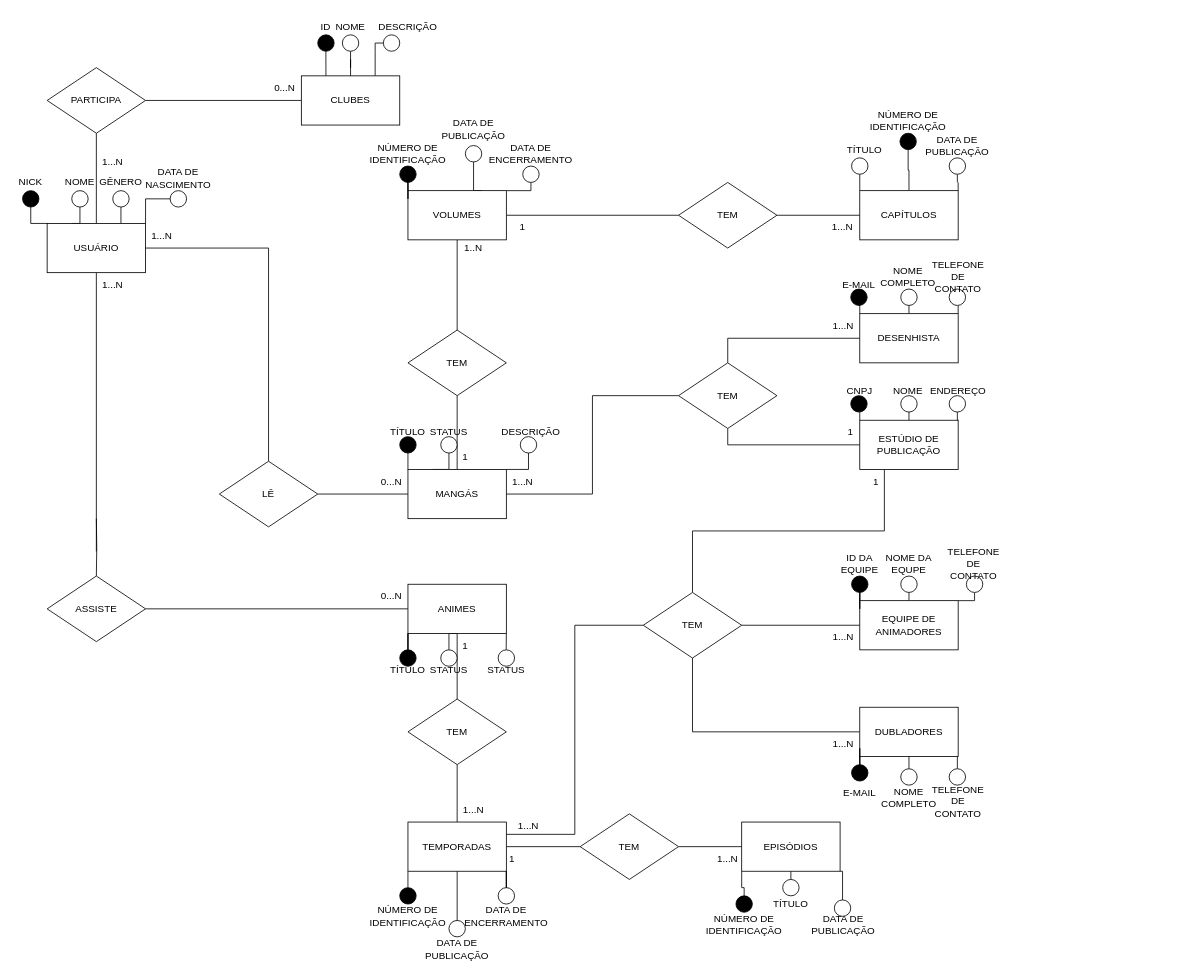
The draw.io diagram Trabalho1.drawio in IsaacDMzk/Projeto-Banco-De-Dados, before the edit. Source tidied: cells renumbered, new cells numbered last; positions are measured from the earlier drawing's top-left corner, leaving out a move shared by most shapes. Both pictures are drawn from the tidied source at 82%, with x=0, y=0 at pixel (14, 14).
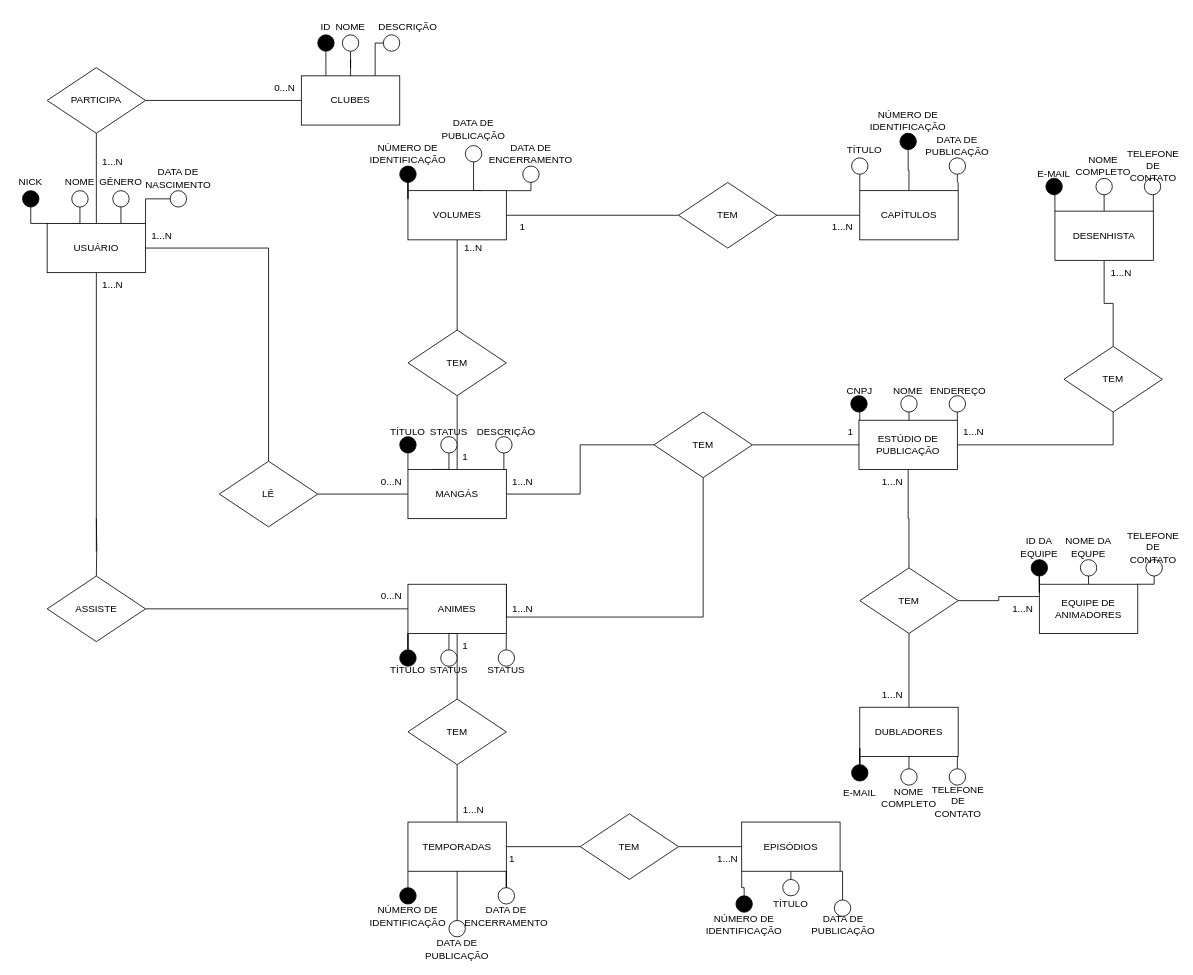
After the change.

The change refers to these unchanged cells:
```xml
<mxCell id="16" value="ANIMES" style="rounded=0;whiteSpace=wrap;html=1;" parent="1" vertex="1">
  <mxGeometry x="480" y="695" width="120" height="60" as="geometry" />
</mxCell>
<mxCell id="33" value="TEMPORADAS" style="rounded=0;whiteSpace=wrap;html=1;" parent="1" vertex="1">
  <mxGeometry x="480" y="985" width="120" height="60" as="geometry" />
</mxCell>
<mxCell id="76" value="DUBLADORES" style="rounded=0;whiteSpace=wrap;html=1;" parent="1" vertex="1">
  <mxGeometry x="1031" y="845" width="120" height="60" as="geometry" />
</mxCell>
```

What changed in the source:
```diff
@@
+    <mxCell id="186" style="edgeStyle=orthogonalEdgeStyle;rounded=0;jettySize=auto;html=1;exitX=1;exitY=0;exitDx=0;exitDy=0;entryX=0.5;entryY=1;entryDx=0;entryDy=0;endArrow=none;endFill=0;" parent="1" edge="1" source="16" target="55">
+      <mxGeometry relative="1" as="geometry">
+        <Array as="points">
+          <mxPoint x="600" y="735" />
+          <mxPoint x="840" y="735" />
+        </Array>
+      </mxGeometry>
+    </mxCell>
@@
-    <mxCell id="29" style="edgeStyle=orthogonalEdgeStyle;rounded=0;jettySize=auto;html=1;exitX=1;exitY=0.25;exitDx=0;exitDy=0;entryX=0;entryY=0.5;entryDx=0;entryDy=0;endArrow=none;endFill=0;" parent="1" edge="1" source="33" target="59">
-      <mxGeometry relative="1" as="geometry" />
-    </mxCell>
@@
-    <mxCell id="53" style="edgeStyle=orthogonalEdgeStyle;rounded=0;jettySize=auto;html=1;exitX=0.5;exitY=0;exitDx=0;exitDy=0;endArrow=none;endFill=0;" parent="1" edge="1" source="55" target="68">
-      <mxGeometry relative="1" as="geometry" />
-    </mxCell>
-    <mxCell id="54" style="edgeStyle=orthogonalEdgeStyle;rounded=0;jettySize=auto;html=1;exitX=0.5;exitY=1;exitDx=0;exitDy=0;entryX=0;entryY=0.5;entryDx=0;entryDy=0;endArrow=none;endFill=0;" parent="1" edge="1" source="55" target="72">
+    <mxCell id="54" style="edgeStyle=orthogonalEdgeStyle;rounded=0;jettySize=auto;html=1;exitX=1;exitY=0.5;exitDx=0;exitDy=0;entryX=0;entryY=0.5;entryDx=0;entryDy=0;endArrow=none;endFill=0;" parent="1" edge="1" source="55" target="72">
       <mxGeometry relative="1" as="geometry" />
     </mxCell>
     <mxCell id="55" value="TEM" style="rhombus;whiteSpace=wrap;html=1;" parent="1" vertex="1">
-      <mxGeometry x="810" y="425" width="120" height="80" as="geometry" />
+      <mxGeometry x="780" y="485" width="120" height="80" as="geometry" />
     </mxCell>
-    <mxCell id="56" style="edgeStyle=orthogonalEdgeStyle;rounded=0;jettySize=auto;html=1;exitX=0.5;exitY=0;exitDx=0;exitDy=0;entryX=0.25;entryY=1;entryDx=0;entryDy=0;endArrow=none;endFill=0;" parent="1" edge="1" source="59" target="72">
-      <mxGeometry relative="1" as="geometry" />
-    </mxCell>
-    <mxCell id="57" style="edgeStyle=orthogonalEdgeStyle;rounded=0;jettySize=auto;html=1;exitX=0.5;exitY=1;exitDx=0;exitDy=0;entryX=0;entryY=0.5;entryDx=0;entryDy=0;endArrow=none;endFill=0;" parent="1" edge="1" source="59" target="76">
-      <mxGeometry relative="1" as="geometry" />
-    </mxCell>
-    <mxCell id="58" style="edgeStyle=orthogonalEdgeStyle;rounded=0;jettySize=auto;html=1;exitX=1;exitY=0.5;exitDx=0;exitDy=0;entryX=0;entryY=0.5;entryDx=0;entryDy=0;endArrow=none;endFill=0;" parent="1" edge="1" source="59" target="80">
-      <mxGeometry relative="1" as="geometry" />
-    </mxCell>
-    <mxCell id="59" value="TEM" style="rhombus;whiteSpace=wrap;html=1;" parent="1" vertex="1">
-      <mxGeometry x="767" y="705" width="120" height="80" as="geometry" />
-    </mxCell>
@@
     <mxCell id="65" style="edgeStyle=orthogonalEdgeStyle;rounded=0;jettySize=auto;html=1;exitX=0;exitY=0;exitDx=0;exitDy=0;endArrow=none;endFill=0;startArrow=none;" parent="1" edge="1" source="158">
       <mxGeometry relative="1" as="geometry">
-        <mxPoint x="1031" y="345" as="targetPoint" />
+        <mxPoint x="1269" y="210" as="targetPoint" />
       </mxGeometry>
     </mxCell>
@@
     <mxCell id="67" style="edgeStyle=orthogonalEdgeStyle;rounded=0;jettySize=auto;html=1;exitX=1;exitY=0;exitDx=0;exitDy=0;endArrow=none;endFill=0;" parent="1" edge="1" source="68">
       <mxGeometry relative="1" as="geometry">
-        <mxPoint x="1151" y="355" as="targetPoint" />
+        <mxPoint x="1389" y="220" as="targetPoint" />
       </mxGeometry>
     </mxCell>
+    <mxCell id="187" style="edgeStyle=orthogonalEdgeStyle;rounded=0;jettySize=auto;html=1;exitX=0.5;exitY=1;exitDx=0;exitDy=0;entryX=0.5;entryY=0;entryDx=0;entryDy=0;endArrow=none;endFill=0;" parent="1" edge="1" source="68" target="190">
+      <mxGeometry relative="1" as="geometry" />
+    </mxCell>
     <mxCell id="68" value="DESENHISTA" style="rounded=0;whiteSpace=wrap;html=1;" parent="1" vertex="1">
-      <mxGeometry x="1031" y="365" width="120" height="60" as="geometry" />
+      <mxGeometry x="1269" y="240" width="120" height="60" as="geometry" />
     </mxCell>
@@
+    <mxCell id="188" style="edgeStyle=orthogonalEdgeStyle;rounded=0;jettySize=auto;html=1;exitX=1;exitY=0.5;exitDx=0;exitDy=0;entryX=0.5;entryY=1;entryDx=0;entryDy=0;endArrow=none;endFill=0;" parent="1" edge="1" source="72" target="190">
+      <mxGeometry relative="1" as="geometry" />
+    </mxCell>
+    <mxCell id="189" style="edgeStyle=orthogonalEdgeStyle;rounded=0;jettySize=auto;html=1;exitX=0.5;exitY=1;exitDx=0;exitDy=0;entryX=0.5;entryY=0;entryDx=0;entryDy=0;endArrow=none;endFill=0;" parent="1" edge="1" source="72" target="193">
+      <mxGeometry relative="1" as="geometry" />
+    </mxCell>
     <mxCell id="72" value="ESTÚDIO DE PUBLICAÇÃO" style="rounded=0;whiteSpace=wrap;html=1;" parent="1" vertex="1">
-      <mxGeometry x="1031" y="495" width="120" height="60" as="geometry" />
+      <mxGeometry x="1030" y="495" width="120" height="60" as="geometry" />
     </mxCell>
@@
     <mxCell id="77" style="edgeStyle=orthogonalEdgeStyle;rounded=0;jettySize=auto;html=1;exitX=0;exitY=0;exitDx=0;exitDy=0;endArrow=none;endFill=0;startArrow=none;" parent="1" edge="1" source="145">
       <mxGeometry relative="1" as="geometry">
-        <mxPoint x="1031" y="685" as="targetPoint" />
+        <mxPoint x="1250" y="665" as="targetPoint" />
       </mxGeometry>
     </mxCell>
@@
     <mxCell id="80" value="EQUIPE DE ANIMADORES" style="rounded=0;whiteSpace=wrap;html=1;" parent="1" vertex="1">
-      <mxGeometry x="1031" y="715" width="120" height="60" as="geometry" />
+      <mxGeometry x="1250" y="695" width="120" height="60" as="geometry" />
     </mxCell>
@@
     <mxCell id="99" value="DESCRIÇÃO" style="text;html=1;strokeColor=none;fillColor=none;align=center;verticalAlign=middle;whiteSpace=wrap;rounded=0;" parent="1" vertex="1">
-      <mxGeometry x="600" y="495" width="60" height="30" as="geometry" />
+      <mxGeometry x="570" y="495" width="60" height="30" as="geometry" />
     </mxCell>
     <mxCell id="100" style="ellipse;whiteSpace=wrap;html=1;" parent="1" vertex="1">
-      <mxGeometry x="617" y="515" width="20" height="20" as="geometry" />
+      <mxGeometry x="587" y="515" width="20" height="20" as="geometry" />
     </mxCell>
@@
     <mxCell id="145" style="ellipse;whiteSpace=wrap;html=1;fillColor=#000000;" parent="1" vertex="1">
-      <mxGeometry x="1021" y="685" width="20" height="20" as="geometry" />
+      <mxGeometry x="1240" y="665" width="20" height="20" as="geometry" />
     </mxCell>
@@
     <mxCell id="147" value="ID DA EQUIPE" style="text;html=1;strokeColor=none;fillColor=none;align=center;verticalAlign=middle;whiteSpace=wrap;rounded=0;" parent="1" vertex="1">
-      <mxGeometry x="1001" y="655" width="60" height="30" as="geometry" />
+      <mxGeometry x="1220" y="635" width="60" height="30" as="geometry" />
     </mxCell>
     <mxCell id="148" style="ellipse;whiteSpace=wrap;html=1;" parent="1" vertex="1">
-      <mxGeometry x="1081" y="685" width="20" height="20" as="geometry" />
+      <mxGeometry x="1300" y="665" width="20" height="20" as="geometry" />
     </mxCell>
     <mxCell id="149" value="NOME DA EQUPE" style="text;html=1;strokeColor=none;fillColor=none;align=center;verticalAlign=middle;whiteSpace=wrap;rounded=0;" parent="1" vertex="1">
-      <mxGeometry x="1061" y="655" width="60" height="30" as="geometry" />
+      <mxGeometry x="1280" y="635" width="60" height="30" as="geometry" />
     </mxCell>
     <mxCell id="150" style="ellipse;whiteSpace=wrap;html=1;" parent="1" vertex="1">
-      <mxGeometry x="1161" y="685" width="20" height="20" as="geometry" />
+      <mxGeometry x="1380" y="665" width="20" height="20" as="geometry" />
     </mxCell>
     <mxCell id="151" value="TELEFONE DE CONTATO" style="text;html=1;strokeColor=none;fillColor=none;align=center;verticalAlign=middle;whiteSpace=wrap;rounded=0;" parent="1" vertex="1">
-      <mxGeometry x="1140" y="655" width="60" height="30" as="geometry" />
+      <mxGeometry x="1359" y="635" width="60" height="30" as="geometry" />
     </mxCell>
@@
     <mxCell id="158" style="ellipse;whiteSpace=wrap;html=1;fillColor=#000000;" parent="1" vertex="1">
-      <mxGeometry x="1020" y="335" width="20" height="20" as="geometry" />
+      <mxGeometry x="1258" y="200" width="20" height="20" as="geometry" />
     </mxCell>
@@
     <mxCell id="160" value="E-MAIL" style="text;html=1;strokeColor=none;fillColor=none;align=center;verticalAlign=middle;whiteSpace=wrap;rounded=0;" parent="1" vertex="1">
-      <mxGeometry x="1000" y="315" width="60" height="30" as="geometry" />
+      <mxGeometry x="1238" y="180" width="60" height="30" as="geometry" />
     </mxCell>
     <mxCell id="161" style="ellipse;whiteSpace=wrap;html=1;" parent="1" vertex="1">
-      <mxGeometry x="1081" y="335" width="20" height="20" as="geometry" />
+      <mxGeometry x="1319" y="200" width="20" height="20" as="geometry" />
     </mxCell>
     <mxCell id="162" value="NOME COMPLETO" style="text;html=1;strokeColor=none;fillColor=none;align=center;verticalAlign=middle;whiteSpace=wrap;rounded=0;" parent="1" vertex="1">
-      <mxGeometry x="1060" y="305" width="60" height="30" as="geometry" />
+      <mxGeometry x="1298" y="170" width="60" height="30" as="geometry" />
     </mxCell>
     <mxCell id="163" style="ellipse;whiteSpace=wrap;html=1;" parent="1" vertex="1">
-      <mxGeometry x="1140" y="335" width="20" height="20" as="geometry" />
+      <mxGeometry x="1378" y="200" width="20" height="20" as="geometry" />
     </mxCell>
     <mxCell id="164" value="TELEFONE DE CONTATO" style="text;html=1;strokeColor=none;fillColor=none;align=center;verticalAlign=middle;whiteSpace=wrap;rounded=0;" parent="1" vertex="1">
-      <mxGeometry x="1121" y="305" width="60" height="30" as="geometry" />
+      <mxGeometry x="1359" y="170" width="60" height="30" as="geometry" />
     </mxCell>
@@
-    <mxCell id="172" value="1...N" style="text;html=1;strokeColor=none;fillColor=none;align=center;verticalAlign=middle;whiteSpace=wrap;rounded=0;" parent="1" vertex="1">
-      <mxGeometry x="597" y="975" width="60" height="30" as="geometry" />
-    </mxCell>
     <mxCell id="173" value="1...N" style="text;html=1;strokeColor=none;fillColor=none;align=center;verticalAlign=middle;whiteSpace=wrap;rounded=0;" parent="1" vertex="1">
-      <mxGeometry x="981" y="875" width="60" height="30" as="geometry" />
+      <mxGeometry x="1041" y="815" width="60" height="30" as="geometry" />
     </mxCell>
     <mxCell id="174" value="1...N" style="text;html=1;strokeColor=none;fillColor=none;align=center;verticalAlign=middle;whiteSpace=wrap;rounded=0;" parent="1" vertex="1">
-      <mxGeometry x="981" y="745" width="60" height="30" as="geometry" />
+      <mxGeometry x="1200" y="710" width="60" height="30" as="geometry" />
     </mxCell>
-    <mxCell id="175" value="1" style="text;html=1;strokeColor=none;fillColor=none;align=center;verticalAlign=middle;whiteSpace=wrap;rounded=0;" parent="1" vertex="1">
-      <mxGeometry x="1021" y="555" width="60" height="30" as="geometry" />
-    </mxCell>
@@
     <mxCell id="185" value="1...N" style="text;html=1;strokeColor=none;fillColor=none;align=center;verticalAlign=middle;whiteSpace=wrap;rounded=0;" parent="1" vertex="1">
-      <mxGeometry x="981" y="365" width="60" height="30" as="geometry" />
+      <mxGeometry x="1041" y="555" width="60" height="30" as="geometry" />
     </mxCell>
+    <mxCell id="190" value="TEM" style="rhombus;whiteSpace=wrap;html=1;" parent="1" vertex="1">
+      <mxGeometry x="1280" y="405" width="120" height="80" as="geometry" />
+    </mxCell>
+    <mxCell id="191" style="edgeStyle=orthogonalEdgeStyle;rounded=0;jettySize=auto;html=1;exitX=1;exitY=0.5;exitDx=0;exitDy=0;entryX=0;entryY=0.25;entryDx=0;entryDy=0;endArrow=none;endFill=0;" parent="1" edge="1" source="193" target="80">
+      <mxGeometry relative="1" as="geometry" />
+    </mxCell>
+    <mxCell id="192" style="edgeStyle=orthogonalEdgeStyle;rounded=0;jettySize=auto;html=1;exitX=0.5;exitY=1;exitDx=0;exitDy=0;endArrow=none;endFill=0;" parent="1" edge="1" source="193" target="76">
+      <mxGeometry relative="1" as="geometry" />
+    </mxCell>
+    <mxCell id="193" value="TEM" style="rhombus;whiteSpace=wrap;html=1;" parent="1" vertex="1">
+      <mxGeometry x="1031" y="675" width="120" height="80" as="geometry" />
+    </mxCell>
+    <mxCell id="194" value="1...N" style="text;html=1;strokeColor=none;fillColor=none;align=center;verticalAlign=middle;whiteSpace=wrap;rounded=0;" parent="1" vertex="1">
+      <mxGeometry x="590" y="710" width="60" height="30" as="geometry" />
+    </mxCell>
+    <mxCell id="195" value="1...N" style="text;html=1;strokeColor=none;fillColor=none;align=center;verticalAlign=middle;whiteSpace=wrap;rounded=0;" parent="1" vertex="1">
+      <mxGeometry x="1140" y="495" width="60" height="30" as="geometry" />
+    </mxCell>
+    <mxCell id="196" value="1...N" style="text;html=1;strokeColor=none;fillColor=none;align=center;verticalAlign=middle;whiteSpace=wrap;rounded=0;" parent="1" vertex="1">
+      <mxGeometry x="1320" y="300" width="60" height="30" as="geometry" />
+    </mxCell>
```
